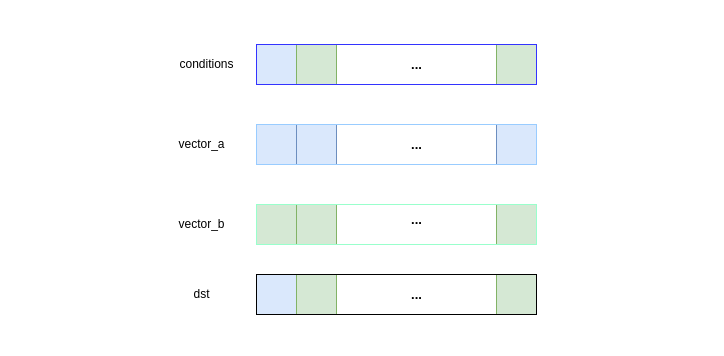
Earlier version of the draw.io diagram SIMD/avx2_select_if.drawio (szza/szza.github.io.images). Source tidied: cells renumbered, new cells numbered last; positions are measured from the earlier drawing's top-left corner, leaving out a move shared by most shapes. Both pictures are drawn from the tidied source at 100%, with x=0, y=0 at pixel (17, 24).
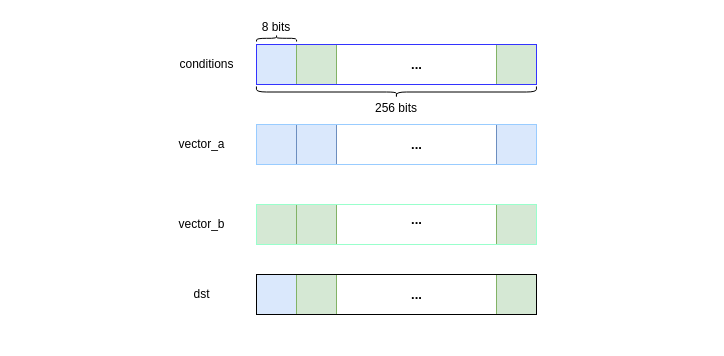
The same page after the edit.

The edit, as a diff of the source:
```diff
@@
     <mxCell id="22" style="rounded=1;whiteSpace=wrap;html=1;fillColor=none;strokeColor=none;" parent="1" vertex="1">
-      <mxGeometry width="690" height="315" as="geometry" />
+      <mxGeometry y="-6" width="690" height="315" as="geometry" />
     </mxCell>
@@
+    <mxCell id="27" style="shape=curlyBracket;whiteSpace=wrap;html=1;rounded=1;flipH=1;labelPosition=right;verticalLabelPosition=middle;align=left;verticalAlign=middle;rotation=-90;" parent="1" vertex="1">
+      <mxGeometry x="255.8" y="-6.2" width="6.5" height="40" as="geometry" />
+    </mxCell>
+    <mxCell id="28" value="8 bits" style="text;html=1;strokeColor=none;fillColor=none;align=center;verticalAlign=middle;whiteSpace=wrap;rounded=0;" parent="1" vertex="1">
+      <mxGeometry x="229" y="-7" width="60" height="20" as="geometry" />
+    </mxCell>
+    <mxCell id="29" style="shape=curlyBracket;whiteSpace=wrap;html=1;rounded=1;flipH=1;labelPosition=right;verticalLabelPosition=middle;align=left;verticalAlign=middle;rotation=90;" parent="1" vertex="1">
+      <mxGeometry x="373.4" y="-72.5" width="11.1" height="280" as="geometry" />
+    </mxCell>
+    <mxCell id="30" value="256 bits" style="text;html=1;strokeColor=none;fillColor=none;align=center;verticalAlign=middle;whiteSpace=wrap;rounded=0;" parent="1" vertex="1">
+      <mxGeometry x="349" y="74" width="60" height="20" as="geometry" />
+    </mxCell>
```
